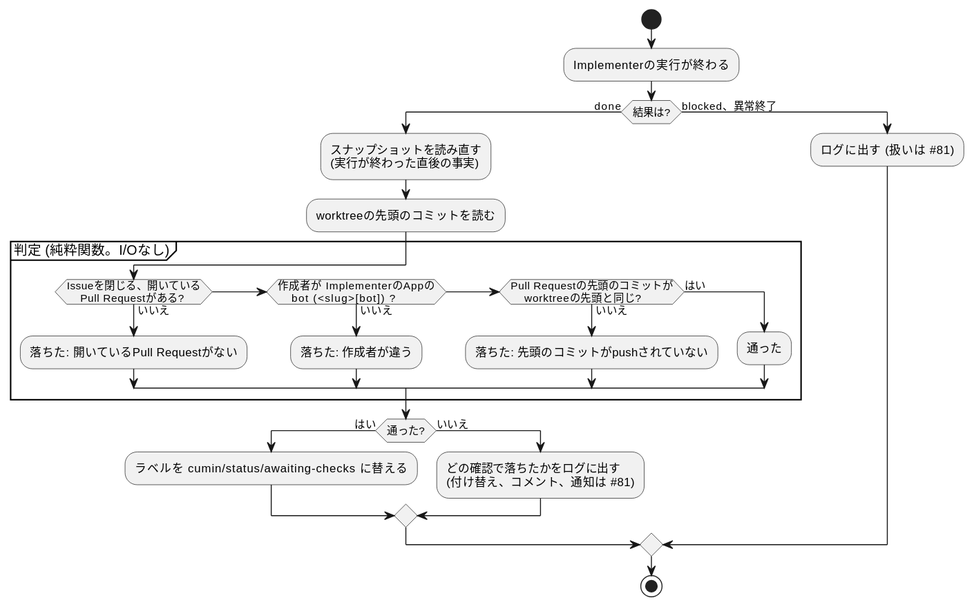
Before: docs/ja/designs/poll-verify.svg, a diagram exported from PlantUML (cloveclovedev/cumin-works).
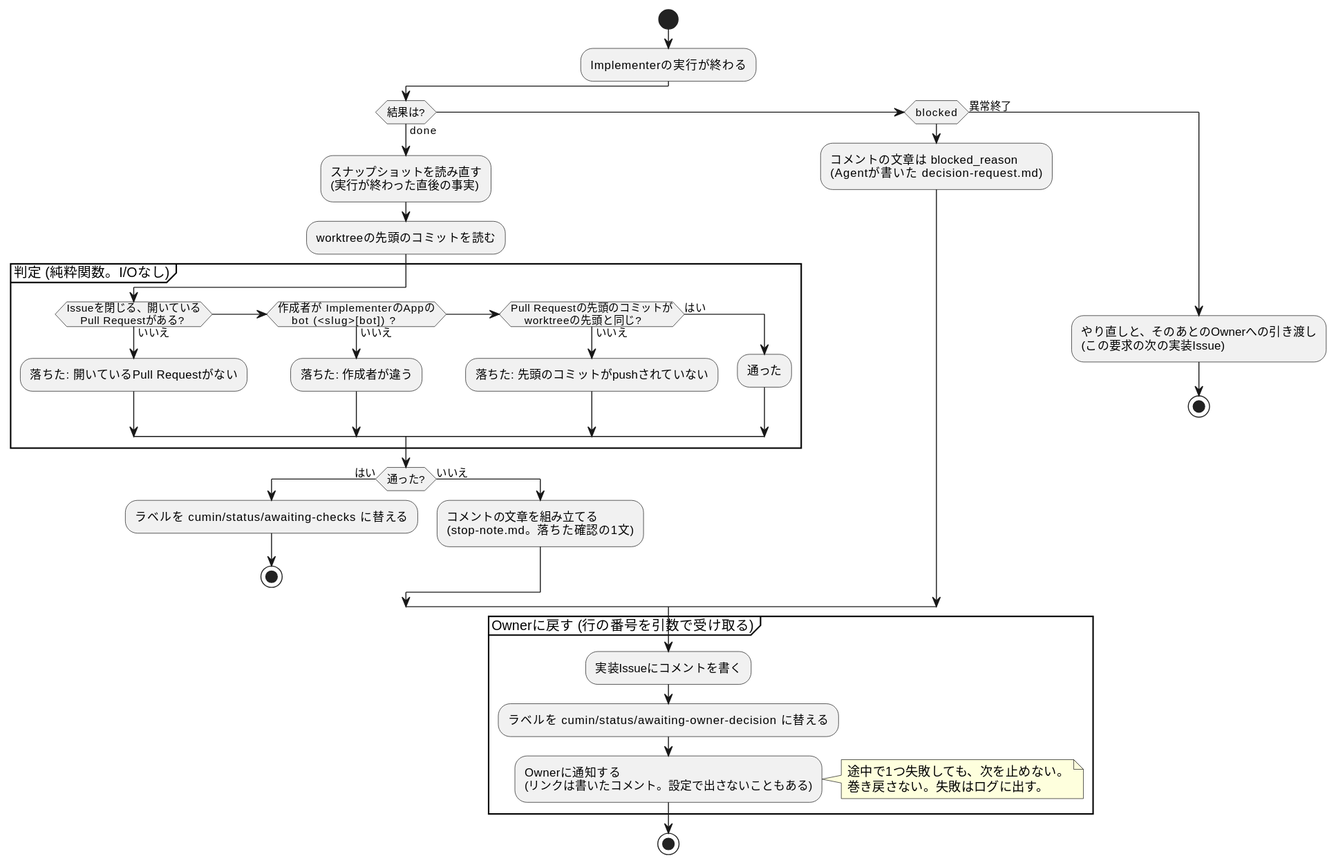
After the commit.

Commit message:
feat(workflow): stop the issue for the Owner when the I2 verification fails

What changed in the source:
```diff
@@ -24,12 +24,29 @@
   }
   if (通った?) then (はい)
     :ラベルを cumin/status/awaiting-checks に替える;
+    stop
   else (いいえ)
-    :どの確認で落ちたかをログに出す
-    (付け替え、コメント、通知は #81);
+    :コメントの文章を組み立てる
+    (stop-note.md。落ちた確認の1文);
   endif
-else (blocked、異常終了)
-  :ログに出す (扱いは #81);
+elseif (blocked) then
+  :コメントの文章は blocked_reason
+  (Agentが書いた decision-request.md);
+else (異常終了)
+  :やり直しと、そのあとのOwnerへの引き渡し
+  (この要求の次の実装Issue);
+  stop
 endif
+
+partition "Ownerに戻す (行の番号を引数で受け取る)" {
+  :実装Issueにコメントを書く;
+  :ラベルを cumin/status/awaiting-owner-decision に替える;
+  :Ownerに通知する
+  (リンクは書いたコメント。設定で出さないこともある);
+}
+note right
+  途中で1つ失敗しても、次を止めない。
+  巻き戻さない。失敗はログに出す。
+end note
 stop
 @enduml
```
